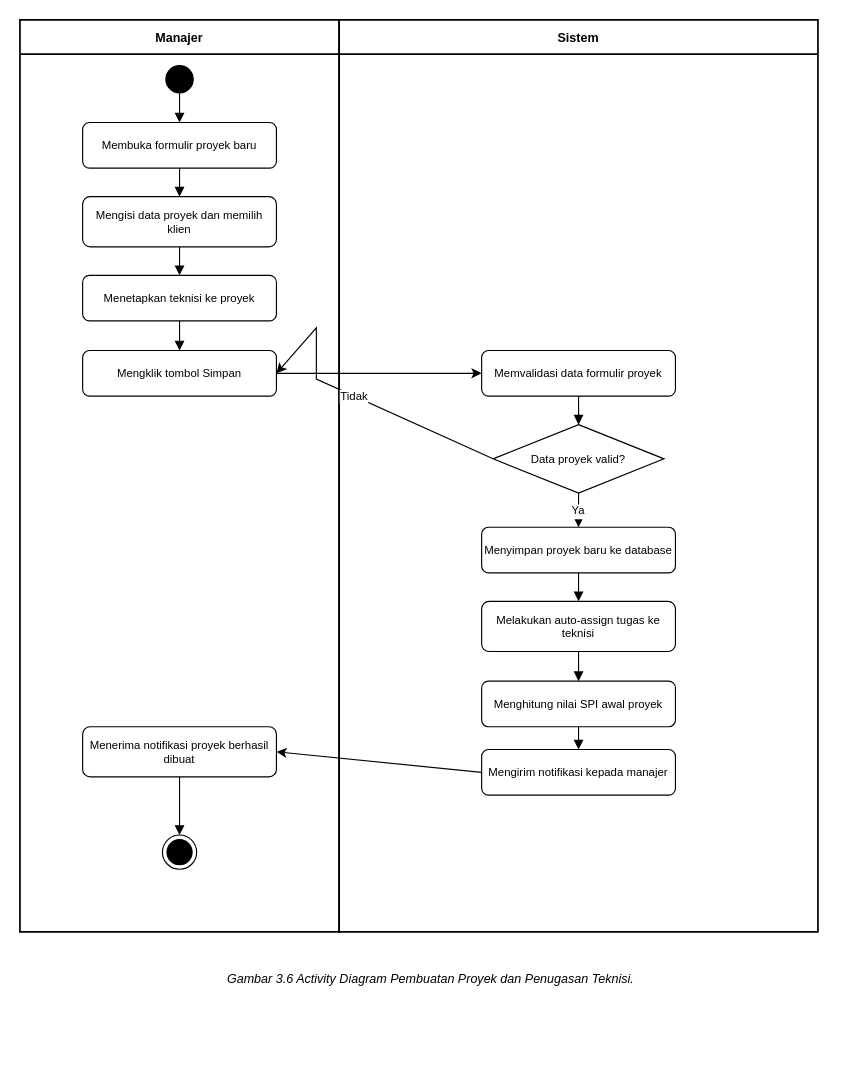
Earlier version of the draw.io diagram diagram/ai/Activity/AD_BUAT_PROYEK.drawio (evelleura/shi-dashboard). Source tidied: cells renumbered, new cells numbered last; positions are measured from the earlier drawing's top-left corner, leaving out a move shared by most shapes. Both pictures are drawn from the tidied source at 114%, with x=0, y=0 at pixel (19, 19).
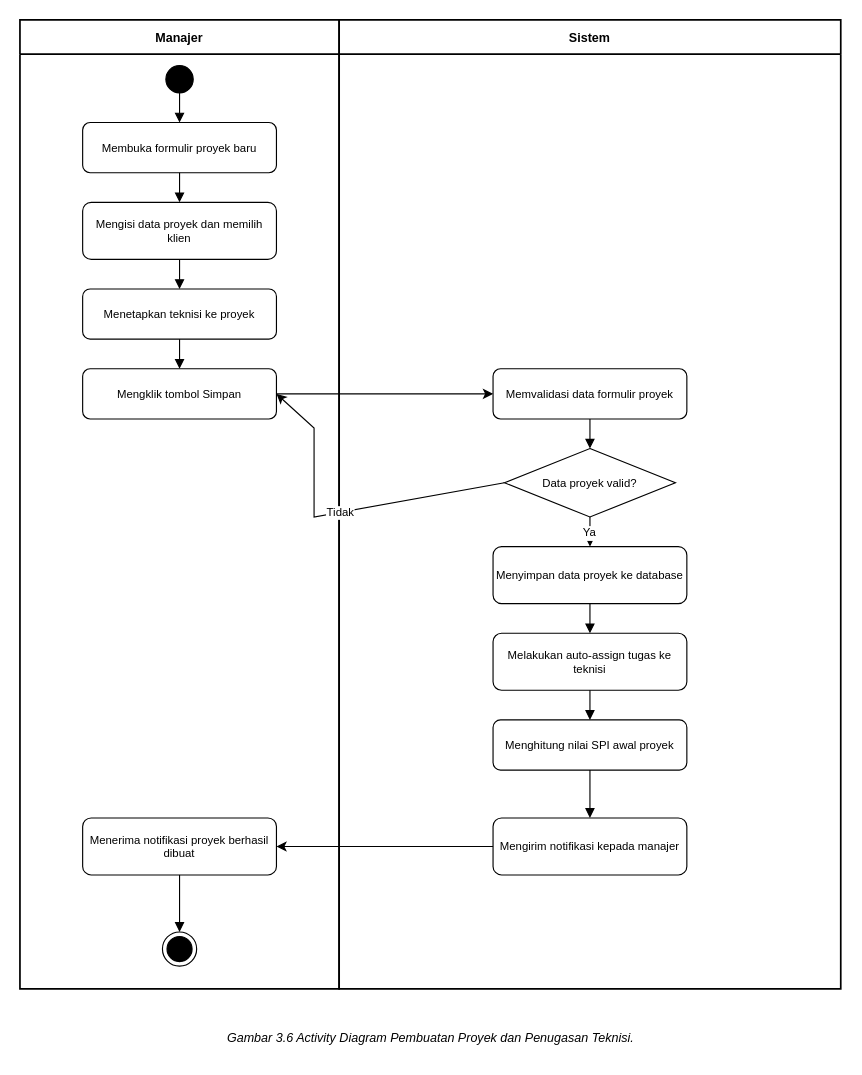
Above is the later version.

The edit, as a diff of the source:
```diff
@@
     <mxCell id="2" value="Manajer" style="swimlane;startSize=30;fillColor=#FFFFFF;strokeColor=#000000;strokeWidth=1.5;fontSize=11;fontStyle=1;fontColor=#000000;" parent="1" vertex="1">
-      <mxGeometry width="280" height="800" as="geometry" />
+      <mxGeometry width="280" height="850" as="geometry" />
     </mxCell>
@@
     <mxCell id="4" value="Membuka formulir proyek baru" style="rounded=1;whiteSpace=wrap;html=1;fillColor=#FFFFFF;strokeColor=#000000;strokeWidth=1;fontSize=10;fontColor=#000000;" parent="2" vertex="1">
-      <mxGeometry x="55" y="90" width="170" height="40" as="geometry" />
+      <mxGeometry x="55" y="90" width="170" height="44" as="geometry" />
     </mxCell>
     <mxCell id="5" value="Mengisi data proyek dan memilih klien" style="rounded=1;whiteSpace=wrap;html=1;fillColor=#FFFFFF;strokeColor=#000000;strokeWidth=1;fontSize=10;fontColor=#000000;" parent="2" vertex="1">
-      <mxGeometry x="55" y="155" width="170" height="44" as="geometry" />
+      <mxGeometry x="55" y="160" width="170" height="50" as="geometry" />
     </mxCell>
     <mxCell id="6" value="Menetapkan teknisi ke proyek" style="rounded=1;whiteSpace=wrap;html=1;fillColor=#FFFFFF;strokeColor=#000000;strokeWidth=1;fontSize=10;fontColor=#000000;" parent="2" vertex="1">
-      <mxGeometry x="55" y="224" width="170" height="40" as="geometry" />
+      <mxGeometry x="55" y="236" width="170" height="44" as="geometry" />
     </mxCell>
     <mxCell id="7" value="Mengklik tombol Simpan" style="rounded=1;whiteSpace=wrap;html=1;fillColor=#FFFFFF;strokeColor=#000000;strokeWidth=1;fontSize=10;fontColor=#000000;" parent="2" vertex="1">
-      <mxGeometry x="55" y="290" width="170" height="40" as="geometry" />
+      <mxGeometry x="55" y="306" width="170" height="44" as="geometry" />
     </mxCell>
     <mxCell id="8" value="Menerima notifikasi proyek berhasil dibuat" style="rounded=1;whiteSpace=wrap;html=1;fillColor=#FFFFFF;strokeColor=#000000;strokeWidth=1;fontSize=10;fontColor=#000000;" parent="2" vertex="1">
-      <mxGeometry x="55" y="620" width="170" height="44" as="geometry" />
+      <mxGeometry x="55" y="700" width="170" height="50" as="geometry" />
     </mxCell>
-    <mxCell id="9" style="ellipse;html=1;shape=endState;fillColor=strokeColor;" parent="2" vertex="1">
-      <mxGeometry x="125" y="715" width="30" height="30" as="geometry" />
-    </mxCell>
+    <mxCell id="31" style="ellipse;html=1;shape=endState;fillColor=strokeColor;" parent="2" vertex="1">
+      <mxGeometry x="125" y="800" width="30" height="30" as="geometry" />
+    </mxCell>
     <mxCell id="10" value="Sistem" style="swimlane;startSize=30;fillColor=#FFFFFF;strokeColor=#000000;strokeWidth=1.5;fontSize=11;fontStyle=1;fontColor=#000000;" parent="1" vertex="1">
-      <mxGeometry x="280" width="420" height="800" as="geometry" />
+      <mxGeometry x="280" width="440" height="850" as="geometry" />
     </mxCell>
     <mxCell id="11" value="Memvalidasi data formulir proyek" style="rounded=1;whiteSpace=wrap;html=1;fillColor=#FFFFFF;strokeColor=#000000;strokeWidth=1;fontSize=10;fontColor=#000000;" parent="10" vertex="1">
-      <mxGeometry x="125" y="290" width="170" height="40" as="geometry" />
+      <mxGeometry x="135" y="306" width="170" height="44" as="geometry" />
     </mxCell>
     <mxCell id="12" value="Data proyek valid?" style="rhombus;whiteSpace=wrap;html=1;fillColor=#FFFFFF;strokeColor=#000000;strokeWidth=1;fontSize=10;fontColor=#000000;" parent="10" vertex="1">
-      <mxGeometry x="135" y="355" width="150" height="60" as="geometry" />
+      <mxGeometry x="145" y="376" width="150" height="60" as="geometry" />
     </mxCell>
-    <mxCell id="13" value="Menyimpan proyek baru ke database" style="rounded=1;whiteSpace=wrap;html=1;fillColor=#FFFFFF;strokeColor=#000000;strokeWidth=1;fontSize=10;fontColor=#000000;" parent="10" vertex="1">
-      <mxGeometry x="125" y="445" width="170" height="40" as="geometry" />
+    <mxCell id="13" value="Menyimpan data proyek ke database" style="rounded=1;whiteSpace=wrap;html=1;fillColor=#FFFFFF;strokeColor=#000000;strokeWidth=1;fontSize=10;fontColor=#000000;" parent="10" vertex="1">
+      <mxGeometry x="135" y="462" width="170" height="50" as="geometry" />
     </mxCell>
     <mxCell id="14" value="Melakukan auto-assign tugas ke teknisi" style="rounded=1;whiteSpace=wrap;html=1;fillColor=#FFFFFF;strokeColor=#000000;strokeWidth=1;fontSize=10;fontColor=#000000;" parent="10" vertex="1">
-      <mxGeometry x="125" y="510" width="170" height="44" as="geometry" />
+      <mxGeometry x="135" y="538" width="170" height="50" as="geometry" />
     </mxCell>
     <mxCell id="15" value="Menghitung nilai SPI awal proyek" style="rounded=1;whiteSpace=wrap;html=1;fillColor=#FFFFFF;strokeColor=#000000;strokeWidth=1;fontSize=10;fontColor=#000000;" parent="10" vertex="1">
-      <mxGeometry x="125" y="580" width="170" height="40" as="geometry" />
+      <mxGeometry x="135" y="614" width="170" height="44" as="geometry" />
     </mxCell>
     <mxCell id="16" value="Mengirim notifikasi kepada manajer" style="rounded=1;whiteSpace=wrap;html=1;fillColor=#FFFFFF;strokeColor=#000000;strokeWidth=1;fontSize=10;fontColor=#000000;" parent="10" vertex="1">
-      <mxGeometry x="125" y="640" width="170" height="40" as="geometry" />
+      <mxGeometry x="135" y="700" width="170" height="50" as="geometry" />
     </mxCell>
@@
-    <mxCell id="21" style="endArrow=block;endFill=1;strokeColor=#000000;strokeWidth=1;exitX=0.5;exitY=1;entryX=0.5;entryY=0;" parent="2" edge="1" source="8" target="9">
+    <mxCell id="21" style="endArrow=block;endFill=1;strokeColor=#000000;strokeWidth=1;exitX=0.5;exitY=1;entryX=0.5;entryY=0;" parent="2" edge="1" source="8" target="31">
       <mxGeometry relative="1" as="geometry" />
     </mxCell>
@@
-    <mxCell id="27" value="Tidak" style="endArrow=classic;html=1;rounded=0;strokeColor=#000000;strokeWidth=1;fontSize=10;fontColor=#000000;exitX=0;exitY=0.5;exitDx=0;exitDy=0;entryX=1;entryY=0.5;entryDx=0;entryDy=0;" parent="1" edge="1" source="12" target="7">
-      <mxGeometry relative="1" as="geometry">
-        <Array as="points">
-          <mxPoint x="260" y="315" />
-          <mxPoint x="260" y="270" />
-        </Array>
-      </mxGeometry>
-    </mxCell>
@@
-    <mxCell id="29" style="endArrow=classic;html=1;rounded=0;strokeColor=#000000;strokeWidth=1;exitX=0;exitY=0.5;entryX=1;entryY=0.5;" parent="1" edge="1" source="16" target="8">
-      <mxGeometry relative="1" as="geometry" />
+    <mxCell id="29" value="Tidak" style="endArrow=classic;html=1;rounded=0;strokeColor=#000000;strokeWidth=1;fontSize=10;fontColor=#000000;exitX=0;exitY=0.5;entryX=1;entryY=0.5;" parent="1" edge="1" source="12" target="7">
+      <mxGeometry relative="1" as="geometry">
+        <Array as="points">
+          <mxPoint x="258" y="436" />
+          <mxPoint x="258" y="358" />
+        </Array>
+      </mxGeometry>
     </mxCell>
+    <mxCell id="32" style="endArrow=classic;html=1;rounded=0;strokeColor=#000000;strokeWidth=1;exitX=0;exitY=0.5;entryX=1;entryY=0.5;" parent="1" edge="1" source="16" target="8">
+      <mxGeometry relative="1" as="geometry" />
+    </mxCell>
     <mxCell id="30" value="Gambar 3.6 Activity Diagram Pembuatan Proyek dan Penugasan Teknisi." style="text;html=1;align=center;verticalAlign=middle;strokeColor=none;fillColor=none;fontStyle=2;fontSize=11;fontColor=#000000;" parent="1" vertex="1">
-      <mxGeometry y="826" width="720" height="30" as="geometry" />
+      <mxGeometry y="878" width="720" height="30" as="geometry" />
     </mxCell>
```
